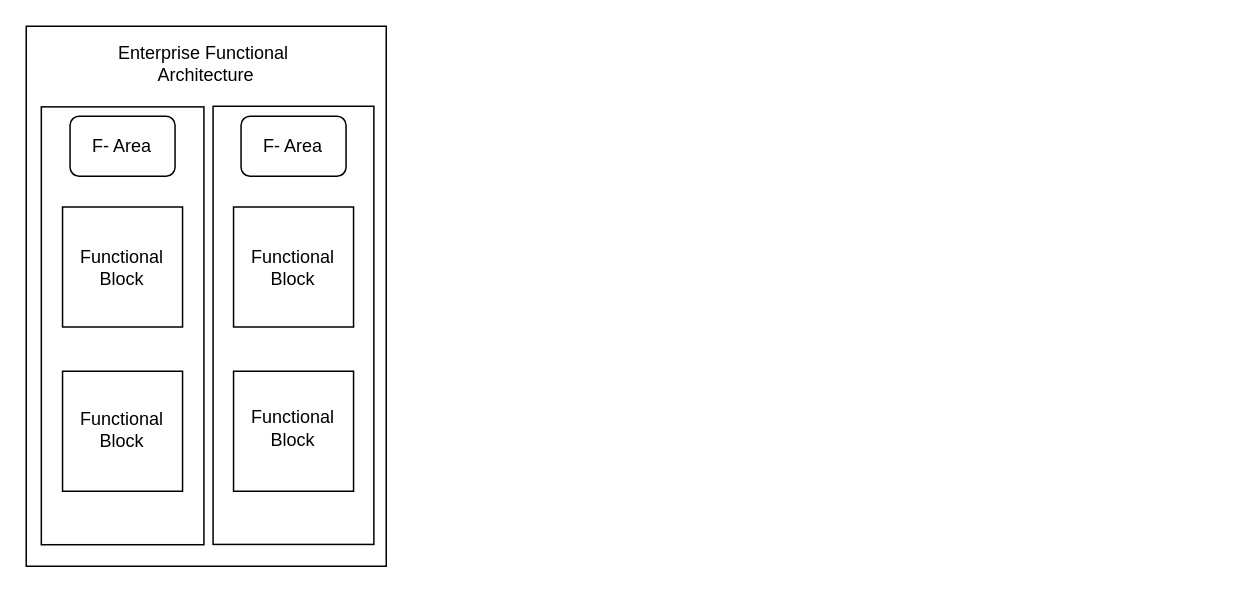
Before: Untitled Diagram.drawio in Vaikulkarni/PersonalWebsite, a draw.io diagram. Source tidied: cells renumbered, new cells numbered last; positions are measured from the earlier drawing's top-left corner, leaving out a move shared by most shapes. Both pictures are drawn from the tidied source at 150%, with x=0, y=0 at pixel (-98, 40).
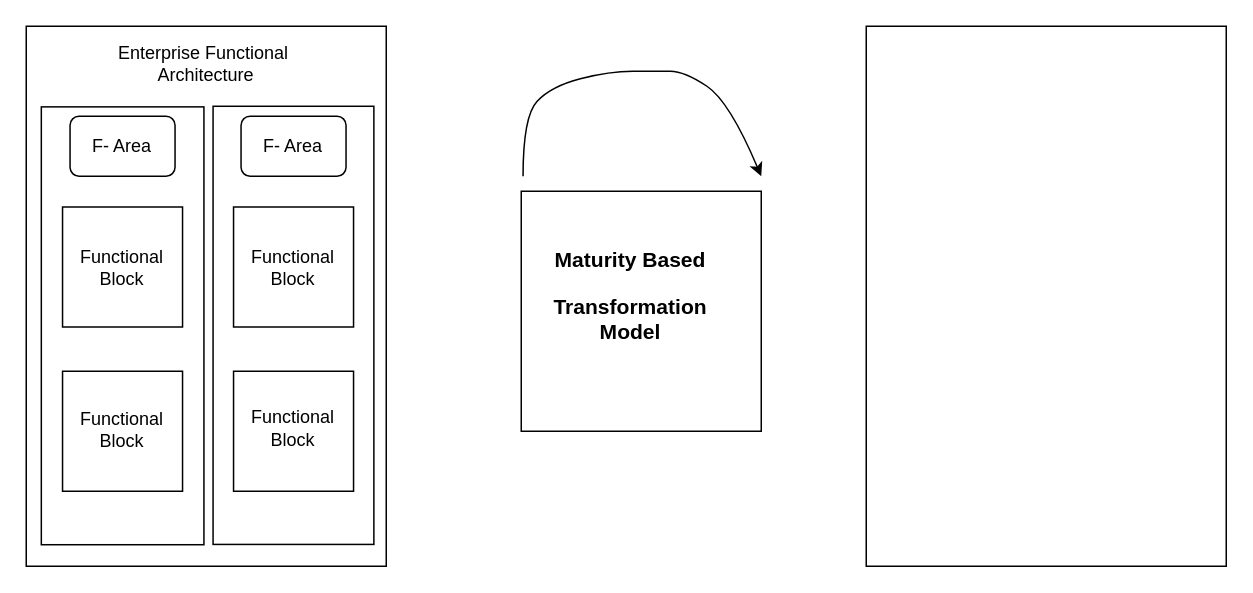
After the change.

Diff of the diagram source:
```diff
@@
+    <mxCell id="15" style="whiteSpace=wrap;html=1;" parent="1" vertex="1">
+      <mxGeometry x="412" y="100" width="160" height="160" as="geometry" />
+    </mxCell>
+    <mxCell id="16" value="&lt;h3&gt;Maturity Based&lt;/h3&gt;&lt;h3&gt;Transformation Model&lt;/h3&gt;" style="text;html=1;strokeColor=none;fillColor=none;align=center;verticalAlign=middle;whiteSpace=wrap;rounded=0;" parent="1" vertex="1">
+      <mxGeometry x="439.5" y="130" width="90" height="80" as="geometry" />
+    </mxCell>
+    <mxCell id="17" style="rounded=0;whiteSpace=wrap;html=1;rotation=90;" parent="1" vertex="1">
+      <mxGeometry x="582" y="50" width="360" height="240" as="geometry" />
+    </mxCell>
+    <mxCell id="18" style="curved=1;endArrow=classic;html=1;rounded=0;strokeColor=#000000;" parent="1" edge="1">
+      <mxGeometry relative="1" as="geometry">
+        <mxPoint x="413.2" y="90" as="sourcePoint" />
+        <mxPoint x="572" y="90" as="targetPoint" />
+        <Array as="points">
+          <mxPoint x="413.2" y="50" />
+          <mxPoint x="432" y="30" />
+          <mxPoint x="470.8" y="20" />
+          <mxPoint x="502" y="20" />
+          <mxPoint x="520.8" y="20" />
+          <mxPoint x="550.8" y="40" />
+        </Array>
+      </mxGeometry>
+    </mxCell>
```
